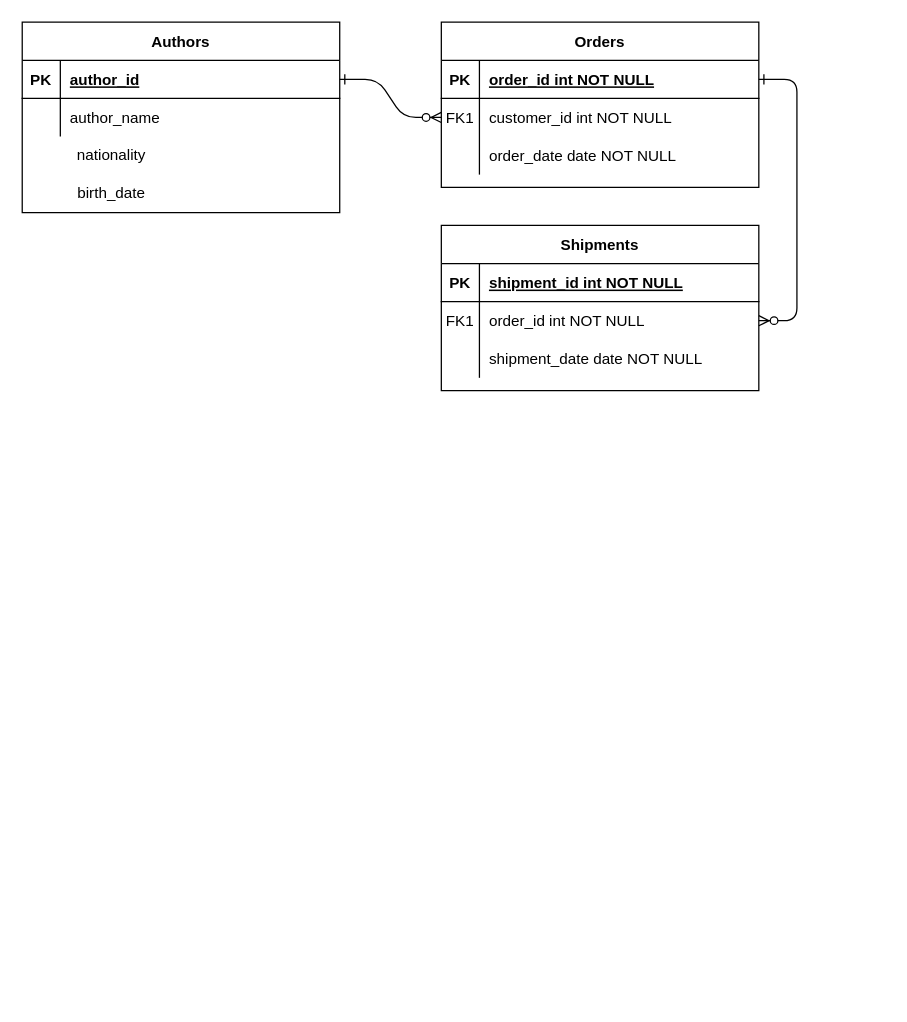
Earlier version of the draw.io diagram Untitled Diagram.drawio (itskjmiles/databasefundamentals). Source tidied: cells renumbered, new cells numbered last; positions are measured from the earlier drawing's top-left corner, leaving out a move shared by most shapes. Both pictures are drawn from the tidied source at 127%, with x=0, y=0 at pixel (22, 22).
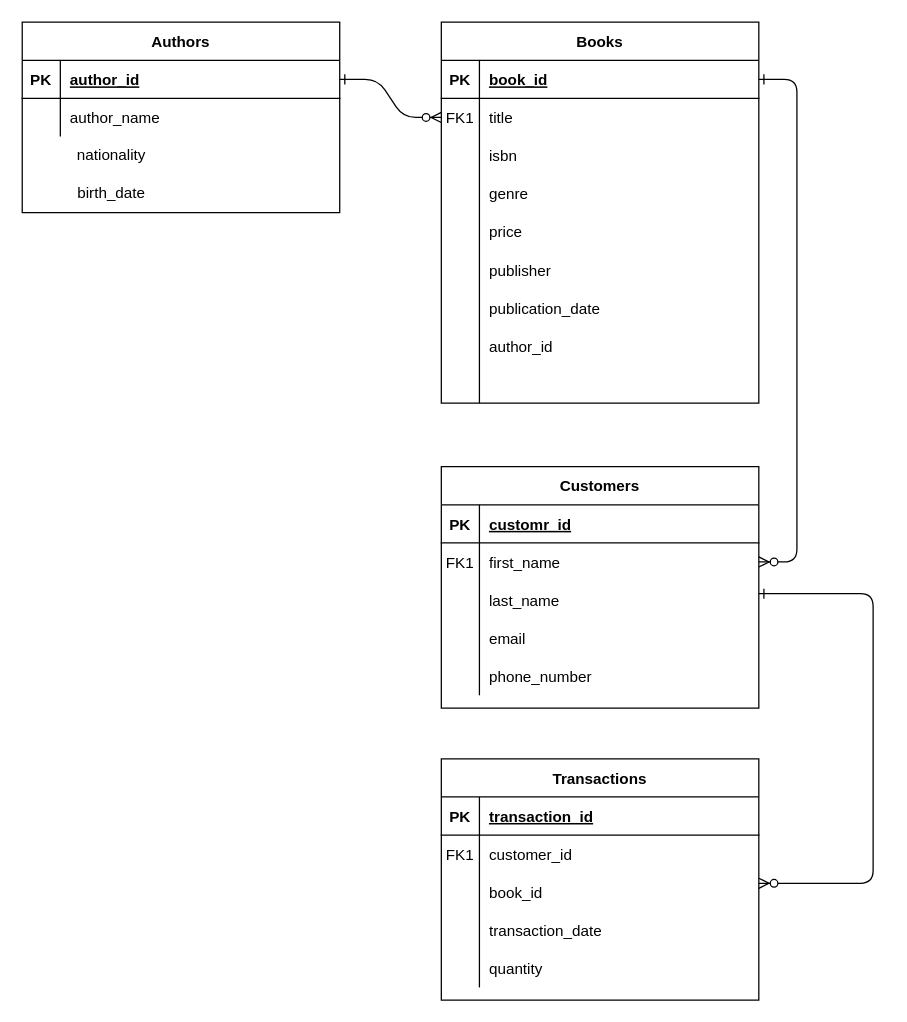
After the change.

The change refers to these unchanged cells:
```xml
<mxCell id="5" style="shape=partialRectangle;fillColor=none;points=[[0,0.5],[1,0.5]];portConstraint=eastwest;top=0;left=0;right=0;bottom=1;" parent="4" vertex="1">
  <mxGeometry y="30" width="250" height="30" as="geometry" />
</mxCell>
<mxCell id="8" style="shape=partialRectangle;fillColor=none;points=[[0,0.5],[1,0.5]];portConstraint=eastwest;top=0;left=0;right=0;bottom=0;" parent="4" vertex="1">
  <mxGeometry y="60" width="250" height="30" as="geometry" />
</mxCell>
<mxCell id="11" style="shape=partialRectangle;fillColor=none;top=0;left=0;right=0;bottom=0;" parent="4" vertex="1">
  <mxGeometry y="90" width="250" height="30" as="geometry" />
</mxCell>
<mxCell id="15" style="shape=partialRectangle;fillColor=none;top=0;left=0;right=0;bottom=1;" parent="14" vertex="1">
  <mxGeometry y="30" width="250" height="30" as="geometry" />
</mxCell>
<mxCell id="18" style="shape=partialRectangle;fillColor=none;points=[[0,0.5],[1,0.5]];portConstraint=eastwest;top=0;left=0;right=0;bottom=0;" parent="14" vertex="1">
  <mxGeometry y="60" width="250" height="30" as="geometry" />
</mxCell>
<mxCell id="21" style="shape=partialRectangle;fillColor=none;top=0;left=0;right=0;bottom=0;" parent="14" vertex="1">
  <mxGeometry y="90" width="250" height="30" as="geometry" />
</mxCell>
```

Diff of the diagram source:
```diff
@@
-    <mxCell id="4" value="Orders" style="shape=table;startSize=30;childLayout=tableLayout;rowLines=0;fontStyle=1;align=center;" parent="1" vertex="1">
-      <mxGeometry x="330" width="250" height="130" as="geometry" />
+    <mxCell id="4" value="Books" style="shape=table;startSize=30;childLayout=tableLayout;rowLines=0;fontStyle=1;align=center;" parent="1" vertex="1">
+      <mxGeometry x="330" width="250" height="300" as="geometry" />
     </mxCell>
@@
-    <mxCell id="7" value="order_id int NOT NULL " style="shape=partialRectangle;overflow=hidden;fillColor=none;top=0;left=0;bottom=0;right=0;align=left;spacingLeft=6;fontStyle=5;" parent="5" vertex="1">
+    <mxCell id="7" value="book_id" style="shape=partialRectangle;overflow=hidden;fillColor=none;top=0;left=0;bottom=0;right=0;align=left;spacingLeft=6;fontStyle=5;" parent="5" vertex="1">
       <mxGeometry x="30" width="220" height="30" as="geometry" />
     </mxCell>
@@
-    <mxCell id="10" value="customer_id int NOT NULL" style="shape=partialRectangle;overflow=hidden;fillColor=none;top=0;left=0;bottom=0;right=0;align=left;spacingLeft=6;" parent="8" vertex="1">
+    <mxCell id="10" value="title" style="shape=partialRectangle;overflow=hidden;fillColor=none;top=0;left=0;bottom=0;right=0;align=left;spacingLeft=6;" parent="8" vertex="1">
       <mxGeometry x="30" width="220" height="30" as="geometry" />
     </mxCell>
@@
-    <mxCell id="13" value="order_date date NOT NULL" style="shape=partialRectangle;overflow=hidden;fillColor=none;top=0;left=0;bottom=0;right=0;align=left;spacingLeft=6;" parent="11" vertex="1">
+    <mxCell id="13" value="isbn" style="shape=partialRectangle;overflow=hidden;fillColor=none;top=0;left=0;bottom=0;right=0;align=left;spacingLeft=6;" parent="11" vertex="1">
       <mxGeometry x="30" width="220" height="30" as="geometry" />
     </mxCell>
+    <mxCell id="33" style="shape=partialRectangle;fillColor=none;top=0;left=0;right=0;bottom=0;" parent="4" vertex="1">
+      <mxGeometry y="120" width="250" height="30" as="geometry" />
+    </mxCell>
+    <mxCell id="34" style="shape=partialRectangle;overflow=hidden;fillColor=none;top=0;left=0;bottom=0;right=0;" parent="33" vertex="1">
+      <mxGeometry width="30" height="30" as="geometry" />
+    </mxCell>
+    <mxCell id="35" value="genre" style="shape=partialRectangle;overflow=hidden;fillColor=none;top=0;left=0;bottom=0;right=0;align=left;spacingLeft=6;" parent="33" vertex="1">
+      <mxGeometry x="30" width="220" height="30" as="geometry" />
+    </mxCell>
+    <mxCell id="36" style="shape=partialRectangle;fillColor=none;top=0;left=0;right=0;bottom=0;" parent="4" vertex="1">
+      <mxGeometry y="150" width="250" height="30" as="geometry" />
+    </mxCell>
+    <mxCell id="37" style="shape=partialRectangle;overflow=hidden;fillColor=none;top=0;left=0;bottom=0;right=0;" parent="36" vertex="1">
+      <mxGeometry width="30" height="30" as="geometry" />
+    </mxCell>
+    <mxCell id="38" value="price" style="shape=partialRectangle;overflow=hidden;fillColor=none;top=0;left=0;bottom=0;right=0;align=left;spacingLeft=6;" parent="36" vertex="1">
+      <mxGeometry x="30" width="220" height="30" as="geometry" />
+    </mxCell>
+    <mxCell id="39" style="shape=partialRectangle;fillColor=none;top=0;left=0;right=0;bottom=0;" parent="4" vertex="1">
+      <mxGeometry y="180" width="250" height="30" as="geometry" />
+    </mxCell>
+    <mxCell id="40" style="shape=partialRectangle;overflow=hidden;fillColor=none;top=0;left=0;bottom=0;right=0;" parent="39" vertex="1">
+      <mxGeometry width="30" height="30" as="geometry" />
+    </mxCell>
+    <mxCell id="41" value="publisher" style="shape=partialRectangle;overflow=hidden;fillColor=none;top=0;left=0;bottom=0;right=0;align=left;spacingLeft=6;" parent="39" vertex="1">
+      <mxGeometry x="30" width="220" height="30" as="geometry" />
+    </mxCell>
+    <mxCell id="42" style="shape=partialRectangle;fillColor=none;top=0;left=0;right=0;bottom=0;" parent="4" vertex="1">
+      <mxGeometry y="210" width="250" height="30" as="geometry" />
+    </mxCell>
+    <mxCell id="43" style="shape=partialRectangle;overflow=hidden;fillColor=none;top=0;left=0;bottom=0;right=0;" parent="42" vertex="1">
+      <mxGeometry width="30" height="30" as="geometry" />
+    </mxCell>
+    <mxCell id="44" value="publication_date" style="shape=partialRectangle;overflow=hidden;fillColor=none;top=0;left=0;bottom=0;right=0;align=left;spacingLeft=6;" parent="42" vertex="1">
+      <mxGeometry x="30" width="220" height="30" as="geometry" />
+    </mxCell>
+    <mxCell id="45" style="shape=partialRectangle;fillColor=none;top=0;left=0;right=0;bottom=0;" parent="4" vertex="1">
+      <mxGeometry y="240" width="250" height="30" as="geometry" />
+    </mxCell>
+    <mxCell id="46" style="shape=partialRectangle;overflow=hidden;fillColor=none;top=0;left=0;bottom=0;right=0;" parent="45" vertex="1">
+      <mxGeometry width="30" height="30" as="geometry" />
+    </mxCell>
+    <mxCell id="47" value="author_id" style="shape=partialRectangle;overflow=hidden;fillColor=none;top=0;left=0;bottom=0;right=0;align=left;spacingLeft=6;" parent="45" vertex="1">
+      <mxGeometry x="30" width="220" height="30" as="geometry" />
+    </mxCell>
+    <mxCell id="48" style="shape=partialRectangle;fillColor=none;top=0;left=0;right=0;bottom=0;" parent="4" vertex="1">
+      <mxGeometry y="270" width="250" height="30" as="geometry" />
+    </mxCell>
+    <mxCell id="49" style="shape=partialRectangle;overflow=hidden;fillColor=none;top=0;left=0;bottom=0;right=0;" parent="48" vertex="1">
+      <mxGeometry width="30" height="30" as="geometry" />
+    </mxCell>
+    <mxCell id="50" style="shape=partialRectangle;overflow=hidden;fillColor=none;top=0;left=0;bottom=0;right=0;align=left;spacingLeft=6;" parent="48" vertex="1">
+      <mxGeometry x="30" width="220" height="30" as="geometry" />
+    </mxCell>
-    <mxCell id="14" value="Shipments" style="shape=table;startSize=30;childLayout=tableLayout;rowLines=0;fontStyle=1;align=center;" parent="1" vertex="1">
-      <mxGeometry x="330" y="160" width="250" height="130" as="geometry" />
+    <mxCell id="14" value="Customers" style="shape=table;startSize=30;childLayout=tableLayout;rowLines=0;fontStyle=1;align=center;" parent="1" vertex="1">
+      <mxGeometry x="330" y="350" width="250" height="190" as="geometry" />
     </mxCell>
@@
-    <mxCell id="17" value="shipment_id int NOT NULL " style="shape=partialRectangle;overflow=hidden;fillColor=none;top=0;left=0;bottom=0;right=0;align=left;spacingLeft=6;fontStyle=5;" parent="15" vertex="1">
+    <mxCell id="17" value="customr_id" style="shape=partialRectangle;overflow=hidden;fillColor=none;top=0;left=0;bottom=0;right=0;align=left;spacingLeft=6;fontStyle=5;" parent="15" vertex="1">
       <mxGeometry x="30" width="220" height="30" as="geometry" />
     </mxCell>
@@
-    <mxCell id="20" value="order_id int NOT NULL" style="shape=partialRectangle;overflow=hidden;fillColor=none;top=0;left=0;bottom=0;right=0;align=left;spacingLeft=6;" parent="18" vertex="1">
+    <mxCell id="20" value="first_name" style="shape=partialRectangle;overflow=hidden;fillColor=none;top=0;left=0;bottom=0;right=0;align=left;spacingLeft=6;" parent="18" vertex="1">
       <mxGeometry x="30" width="220" height="30" as="geometry" />
     </mxCell>
@@
-    <mxCell id="23" value="shipment_date date NOT NULL" style="shape=partialRectangle;overflow=hidden;fillColor=none;top=0;left=0;bottom=0;right=0;align=left;spacingLeft=6;" parent="21" vertex="1">
+    <mxCell id="23" value="last_name" style="shape=partialRectangle;overflow=hidden;fillColor=none;top=0;left=0;bottom=0;right=0;align=left;spacingLeft=6;" parent="21" vertex="1">
       <mxGeometry x="30" width="220" height="30" as="geometry" />
     </mxCell>
+    <mxCell id="51" style="shape=partialRectangle;fillColor=none;top=0;left=0;right=0;bottom=0;" parent="14" vertex="1">
+      <mxGeometry y="120" width="250" height="30" as="geometry" />
+    </mxCell>
+    <mxCell id="52" style="shape=partialRectangle;overflow=hidden;fillColor=none;top=0;left=0;bottom=0;right=0;" parent="51" vertex="1">
+      <mxGeometry width="30" height="30" as="geometry" />
+    </mxCell>
+    <mxCell id="53" value="email" style="shape=partialRectangle;overflow=hidden;fillColor=none;top=0;left=0;bottom=0;right=0;align=left;spacingLeft=6;" parent="51" vertex="1">
+      <mxGeometry x="30" width="220" height="30" as="geometry" />
+    </mxCell>
+    <mxCell id="54" style="shape=partialRectangle;fillColor=none;top=0;left=0;right=0;bottom=0;" parent="14" vertex="1">
+      <mxGeometry y="150" width="250" height="30" as="geometry" />
+    </mxCell>
+    <mxCell id="55" style="shape=partialRectangle;overflow=hidden;fillColor=none;top=0;left=0;bottom=0;right=0;" parent="54" vertex="1">
+      <mxGeometry width="30" height="30" as="geometry" />
+    </mxCell>
+    <mxCell id="56" value="phone_number" style="shape=partialRectangle;overflow=hidden;fillColor=none;top=0;left=0;bottom=0;right=0;align=left;spacingLeft=6;" parent="54" vertex="1">
+      <mxGeometry x="30" width="220" height="30" as="geometry" />
+    </mxCell>
@@
+    <mxCell id="57" value="Transactions" style="shape=table;startSize=30;childLayout=tableLayout;rowLines=0;fontStyle=1;align=center;" parent="1" vertex="1">
+      <mxGeometry x="330" y="580" width="250" height="190" as="geometry" />
+    </mxCell>
+    <mxCell id="58" style="shape=partialRectangle;fillColor=none;top=0;left=0;right=0;bottom=1;" parent="57" vertex="1">
+      <mxGeometry y="30" width="250" height="30" as="geometry" />
+    </mxCell>
+    <mxCell id="59" value="PK" style="shape=partialRectangle;overflow=hidden;fillColor=none;top=0;left=0;bottom=0;right=0;fontStyle=1;" parent="58" vertex="1">
+      <mxGeometry width="30" height="30" as="geometry" />
+    </mxCell>
+    <mxCell id="60" value="transaction_id" style="shape=partialRectangle;overflow=hidden;fillColor=none;top=0;left=0;bottom=0;right=0;align=left;spacingLeft=6;fontStyle=5;" parent="58" vertex="1">
+      <mxGeometry x="30" width="220" height="30" as="geometry" />
+    </mxCell>
+    <mxCell id="61" style="shape=partialRectangle;fillColor=none;top=0;left=0;right=0;bottom=0;" parent="57" vertex="1">
+      <mxGeometry y="60" width="250" height="30" as="geometry" />
+    </mxCell>
+    <mxCell id="62" value="FK1" style="shape=partialRectangle;overflow=hidden;fillColor=none;top=0;left=0;bottom=0;right=0;" parent="61" vertex="1">
+      <mxGeometry width="30" height="30" as="geometry" />
+    </mxCell>
+    <mxCell id="63" value="customer_id" style="shape=partialRectangle;overflow=hidden;fillColor=none;top=0;left=0;bottom=0;right=0;align=left;spacingLeft=6;" parent="61" vertex="1">
+      <mxGeometry x="30" width="220" height="30" as="geometry" />
+    </mxCell>
+    <mxCell id="64" style="shape=partialRectangle;fillColor=none;top=0;left=0;right=0;bottom=0;" parent="57" vertex="1">
+      <mxGeometry y="90" width="250" height="30" as="geometry" />
+    </mxCell>
+    <mxCell id="65" style="shape=partialRectangle;overflow=hidden;fillColor=none;top=0;left=0;bottom=0;right=0;" parent="64" vertex="1">
+      <mxGeometry width="30" height="30" as="geometry" />
+    </mxCell>
+    <mxCell id="66" value="book_id" style="shape=partialRectangle;overflow=hidden;fillColor=none;top=0;left=0;bottom=0;right=0;align=left;spacingLeft=6;" parent="64" vertex="1">
+      <mxGeometry x="30" width="220" height="30" as="geometry" />
+    </mxCell>
+    <mxCell id="67" style="shape=partialRectangle;fillColor=none;top=0;left=0;right=0;bottom=0;" parent="57" vertex="1">
+      <mxGeometry y="120" width="250" height="30" as="geometry" />
+    </mxCell>
+    <mxCell id="68" style="shape=partialRectangle;overflow=hidden;fillColor=none;top=0;left=0;bottom=0;right=0;" parent="67" vertex="1">
+      <mxGeometry width="30" height="30" as="geometry" />
+    </mxCell>
+    <mxCell id="69" value="transaction_date" style="shape=partialRectangle;overflow=hidden;fillColor=none;top=0;left=0;bottom=0;right=0;align=left;spacingLeft=6;" parent="67" vertex="1">
+      <mxGeometry x="30" width="220" height="30" as="geometry" />
+    </mxCell>
+    <mxCell id="70" style="shape=partialRectangle;fillColor=none;top=0;left=0;right=0;bottom=0;" parent="57" vertex="1">
+      <mxGeometry y="150" width="250" height="30" as="geometry" />
+    </mxCell>
+    <mxCell id="71" style="shape=partialRectangle;overflow=hidden;fillColor=none;top=0;left=0;bottom=0;right=0;" parent="70" vertex="1">
+      <mxGeometry width="30" height="30" as="geometry" />
+    </mxCell>
+    <mxCell id="72" value="quantity" style="shape=partialRectangle;overflow=hidden;fillColor=none;top=0;left=0;bottom=0;right=0;align=left;spacingLeft=6;" parent="70" vertex="1">
+      <mxGeometry x="30" width="220" height="30" as="geometry" />
+    </mxCell>
+    <mxCell id="73" style="endArrow=ERzeroToMany;startArrow=ERone;endFill=1;startFill=0;strokeColor=default;" parent="1" edge="1">
+      <mxGeometry relative="1" as="geometry">
+        <mxPoint x="580" y="450" as="sourcePoint" />
+        <mxPoint x="580" y="678" as="targetPoint" />
+        <Array as="points">
+          <mxPoint x="670" y="450" />
+          <mxPoint x="670" y="678" />
+        </Array>
+      </mxGeometry>
+    </mxCell>
```
